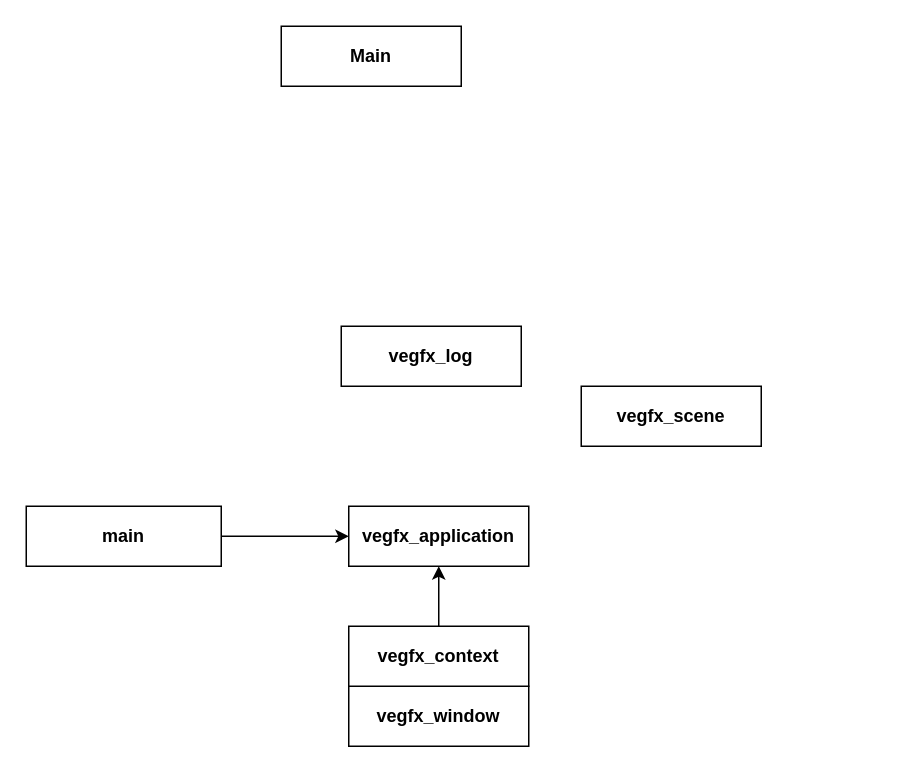
Earlier version of the draw.io diagram Arch.drawio (gusrlLee/vegfx). Source tidied: cells renumbered, new cells numbered last; positions are measured from the earlier drawing's top-left corner, leaving out a move shared by most shapes. Both pictures are drawn from the tidied source at 150%, with x=0, y=0 at pixel (26, 26).
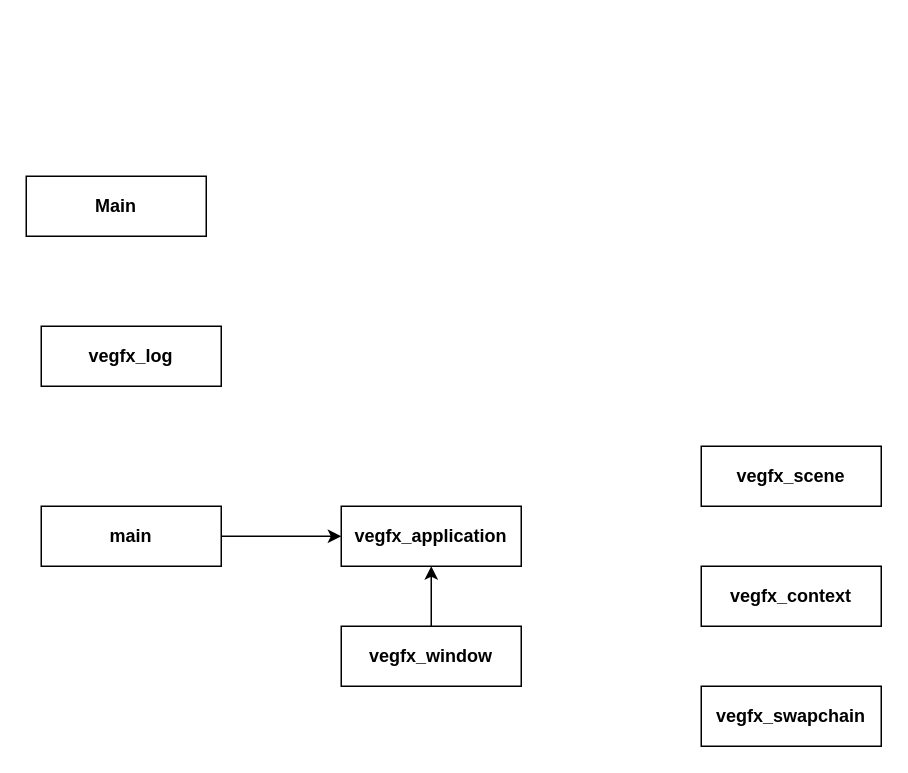
After the change.

What changed in the source:
```diff
@@
 <mxGraphModel>
   <root>
     <mxCell id="0" />
     <mxCell id="1" parent="0" />
-    <mxCell id="2" value="Main" style="rounded=0;whiteSpace=wrap;html=1;fontStyle=1;" parent="1" vertex="1">
-      <mxGeometry x="170" width="120" height="40" as="geometry" />
+    <mxCell id="2" value="vegfx_swapchain" style="rounded=0;whiteSpace=wrap;html=1;fontStyle=1;" parent="1" vertex="1">
+      <mxGeometry x="450" y="440" width="120" height="40" as="geometry" />
     </mxCell>
     <mxCell id="3" style="edgeStyle=none;html=1;entryX=0;entryY=0.5;entryDx=0;entryDy=0;" parent="1" edge="1" source="4" target="5">
       <mxGeometry relative="1" as="geometry" />
     </mxCell>
     <mxCell id="4" value="main" style="rounded=0;whiteSpace=wrap;html=1;fontStyle=1;" parent="1" vertex="1">
-      <mxGeometry y="320" width="130" height="40" as="geometry" />
+      <mxGeometry x="10" y="320" width="120" height="40" as="geometry" />
     </mxCell>
     <mxCell id="5" value="vegfx_application" style="rounded=0;whiteSpace=wrap;html=1;fontStyle=1;" parent="1" vertex="1">
-      <mxGeometry x="215" y="320" width="120" height="40" as="geometry" />
+      <mxGeometry x="210" y="320" width="120" height="40" as="geometry" />
     </mxCell>
     <mxCell id="6" style="edgeStyle=none;html=1;" parent="1" edge="1" source="7" target="5">
       <mxGeometry relative="1" as="geometry" />
     </mxCell>
     <mxCell id="7" value="vegfx_window" style="rounded=0;whiteSpace=wrap;html=1;fontStyle=1;" parent="1" vertex="1">
-      <mxGeometry x="215" y="440" width="120" height="40" as="geometry" />
+      <mxGeometry x="210" y="400" width="120" height="40" as="geometry" />
     </mxCell>
     <mxCell id="8" value="vegfx_scene" style="rounded=0;whiteSpace=wrap;html=1;fontStyle=1;" parent="1" vertex="1">
-      <mxGeometry x="370" y="240" width="120" height="40" as="geometry" />
+      <mxGeometry x="450" y="280" width="120" height="40" as="geometry" />
     </mxCell>
     <mxCell id="9" value="vegfx_context" style="rounded=0;whiteSpace=wrap;html=1;fontStyle=1;" parent="1" vertex="1">
-      <mxGeometry x="215" y="400" width="120" height="40" as="geometry" />
+      <mxGeometry x="450" y="360" width="120" height="40" as="geometry" />
     </mxCell>
     <mxCell id="10" value="vegfx_log" style="rounded=0;whiteSpace=wrap;html=1;fontStyle=1;" parent="1" vertex="1">
-      <mxGeometry x="210" y="200" width="120" height="40" as="geometry" />
+      <mxGeometry x="10" y="200" width="120" height="40" as="geometry" />
     </mxCell>
+    <mxCell id="11" value="Main" style="rounded=0;whiteSpace=wrap;html=1;fontStyle=1;" parent="1" vertex="1">
+      <mxGeometry y="100" width="120" height="40" as="geometry" />
+    </mxCell>
   </root>
 </mxGraphModel>
```
